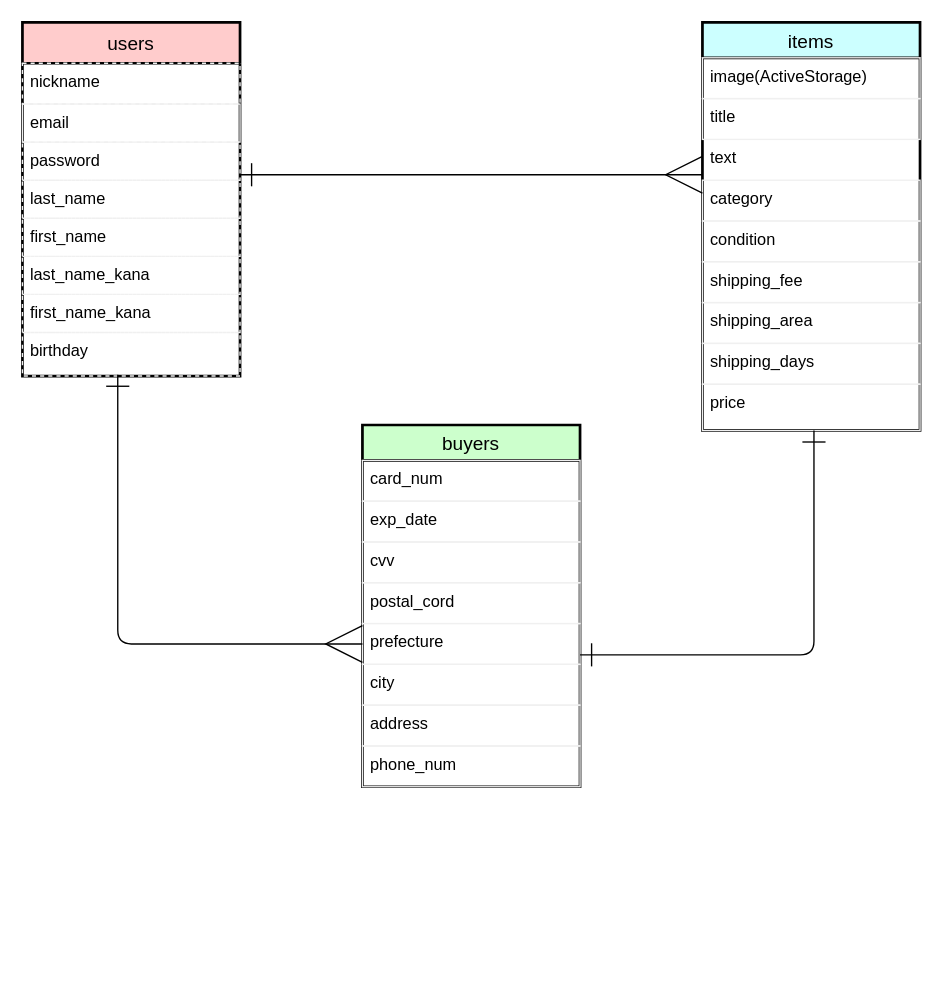
kou-kawam24/furima-30340 keeps this draw.io diagram as ER図.dio. Above is the earlier version. Source tidied: cells renumbered, new cells numbered last; positions are measured from the earlier drawing's top-left corner, leaving out a move shared by most shapes. Both pictures are drawn from the tidied source at 136%, with x=0, y=0 at pixel (22, 22).
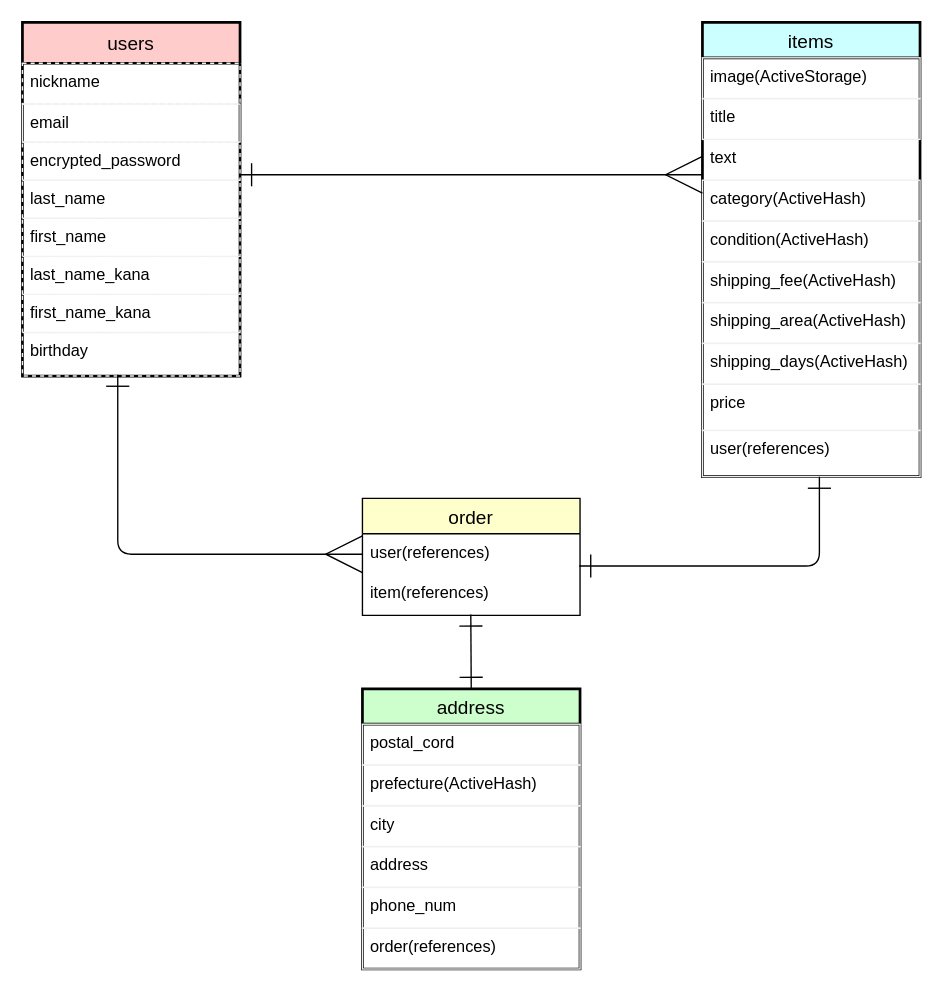
The same page after the edit.

Commit message (it also covers changes not shown here):
データベース設計の修正

Unchanged cells that the change refers to:
```xml
<mxCell id="2" value="users" style="swimlane;fontStyle=0;horizontal=1;startSize=30;align=center;fontSize=14;rotation=0;strokeWidth=2;fontColor=#000000;fillColor=#FFCCCC;" parent="1" vertex="1">
  <mxGeometry width="160" height="260" as="geometry" />
</mxCell>
<mxCell id="10" value="birthday" style="text;fillColor=none;spacingLeft=4;spacingRight=4;overflow=hidden;points=[[0,0.5],[1,0.5]];portConstraint=eastwest;fontSize=12;rotation=0;dashed=1;strokeColor=#f0f0f0;" parent="2" vertex="1">
  <mxGeometry y="228" width="160" height="32" as="geometry" />
</mxCell>
```

Diff of the diagram source:
```diff
@@
-    <mxCell id="5" value="password" style="text;fillColor=none;spacingLeft=4;spacingRight=4;overflow=hidden;fontSize=12;rotation=0;dashed=1;strokeColor=#f0f0f0;" parent="2" vertex="1">
+    <mxCell id="5" value="encrypted_password" style="text;fillColor=none;spacingLeft=4;spacingRight=4;overflow=hidden;fontSize=12;rotation=0;dashed=1;strokeColor=#f0f0f0;" parent="2" vertex="1">
       <mxGeometry y="88" width="160" height="28" as="geometry" />
     </mxCell>
@@
     <mxCell id="11" value="items" style="swimlane;fontStyle=0;horizontal=1;startSize=26;align=center;fontSize=14;strokeWidth=2;fillColor=#CCFFFF;fontColor=#000000;" parent="1" vertex="1">
-      <mxGeometry x="500" width="160" height="300" as="geometry" />
+      <mxGeometry x="500" width="160" height="334" as="geometry" />
     </mxCell>
@@
-    <mxCell id="15" value="category" style="text;fillColor=none;spacingLeft=4;spacingRight=4;overflow=hidden;fontSize=12;strokeColor=#f0f0f0;" parent="11" vertex="1">
+    <mxCell id="15" value="category(ActiveHash)" style="text;fillColor=none;spacingLeft=4;spacingRight=4;overflow=hidden;fontSize=12;strokeColor=#f0f0f0;" parent="11" vertex="1">
       <mxGeometry y="116" width="160" height="30" as="geometry" />
     </mxCell>
-    <mxCell id="16" value="condition" style="text;fillColor=none;spacingLeft=4;spacingRight=4;overflow=hidden;fontSize=12;strokeColor=#f0f0f0;" parent="11" vertex="1">
+    <mxCell id="16" value="condition(ActiveHash)" style="text;fillColor=none;spacingLeft=4;spacingRight=4;overflow=hidden;fontSize=12;strokeColor=#f0f0f0;" parent="11" vertex="1">
       <mxGeometry y="146" width="160" height="30" as="geometry" />
     </mxCell>
-    <mxCell id="17" value="shipping_fee" style="text;fillColor=none;spacingLeft=4;spacingRight=4;overflow=hidden;fontSize=12;strokeColor=#f0f0f0;" parent="11" vertex="1">
+    <mxCell id="17" value="shipping_fee(ActiveHash)" style="text;fillColor=none;spacingLeft=4;spacingRight=4;overflow=hidden;fontSize=12;strokeColor=#f0f0f0;" parent="11" vertex="1">
       <mxGeometry y="176" width="160" height="30" as="geometry" />
     </mxCell>
-    <mxCell id="18" value="shipping_area" style="text;fillColor=none;spacingLeft=4;spacingRight=4;overflow=hidden;fontSize=12;strokeColor=#f0f0f0;" parent="11" vertex="1">
+    <mxCell id="18" value="shipping_area(ActiveHash)" style="text;fillColor=none;spacingLeft=4;spacingRight=4;overflow=hidden;fontSize=12;strokeColor=#f0f0f0;" parent="11" vertex="1">
       <mxGeometry y="206" width="160" height="30" as="geometry" />
     </mxCell>
-    <mxCell id="19" value="shipping_days" style="text;fillColor=none;spacingLeft=4;spacingRight=4;overflow=hidden;fontSize=12;strokeColor=#f0f0f0;" parent="11" vertex="1">
+    <mxCell id="19" value="shipping_days(ActiveHash)" style="text;fillColor=none;spacingLeft=4;spacingRight=4;overflow=hidden;fontSize=12;strokeColor=#f0f0f0;" parent="11" vertex="1">
       <mxGeometry y="236" width="160" height="30" as="geometry" />
     </mxCell>
@@
+    <mxCell id="34" value="user(references)" style="text;fillColor=none;spacingLeft=4;spacingRight=4;overflow=hidden;points=[[0,0.5],[1,0.5]];portConstraint=eastwest;fontSize=12;strokeColor=#f0f0f0;" parent="11" vertex="1">
+      <mxGeometry y="300" width="160" height="34" as="geometry" />
+    </mxCell>
-    <mxCell id="21" value="buyers" style="swimlane;fontStyle=0;horizontal=1;startSize=26;align=center;fontSize=14;strokeWidth=2;fillColor=#CCFFCC;fontColor=#000000;" parent="1" vertex="1">
-      <mxGeometry x="250" y="296" width="160" height="266" as="geometry" />
+    <mxCell id="21" value="address" style="swimlane;fontStyle=0;horizontal=1;startSize=26;align=center;fontSize=14;strokeWidth=2;fillColor=#CCFFCC;fontColor=#000000;" parent="1" vertex="1">
+      <mxGeometry x="250" y="490" width="160" height="206" as="geometry" />
     </mxCell>
-    <mxCell id="22" value="card_num" style="text;fillColor=none;spacingLeft=4;spacingRight=4;overflow=hidden;fontSize=12;strokeColor=#f0f0f0;" parent="21" vertex="1">
-      <mxGeometry y="26" width="160" height="30" as="geometry" />
-    </mxCell>
-    <mxCell id="23" value="exp_date" style="text;fillColor=none;spacingLeft=4;spacingRight=4;overflow=hidden;fontSize=12;strokeColor=#f0f0f0;" parent="21" vertex="1">
-      <mxGeometry y="56" width="160" height="30" as="geometry" />
-    </mxCell>
-    <mxCell id="24" value="cvv" style="text;fillColor=none;spacingLeft=4;spacingRight=4;overflow=hidden;fontSize=12;strokeColor=#f0f0f0;" parent="21" vertex="1">
-      <mxGeometry y="86" width="160" height="30" as="geometry" />
-    </mxCell>
     <mxCell id="25" value="postal_cord" style="text;fillColor=none;spacingLeft=4;spacingRight=4;overflow=hidden;fontSize=12;strokeColor=#f0f0f0;" parent="21" vertex="1">
-      <mxGeometry y="116" width="160" height="30" as="geometry" />
+      <mxGeometry y="26" width="160" height="30" as="geometry" />
     </mxCell>
-    <mxCell id="26" value="prefecture" style="text;fillColor=none;spacingLeft=4;spacingRight=4;overflow=hidden;points=[[0,0.5],[1,0.5]];portConstraint=eastwest;fontSize=12;strokeColor=#f0f0f0;" parent="21" vertex="1">
-      <mxGeometry y="146" width="160" height="30" as="geometry" />
+    <mxCell id="26" value="prefecture(ActiveHash)" style="text;fillColor=none;spacingLeft=4;spacingRight=4;overflow=hidden;points=[[0,0.5],[1,0.5]];portConstraint=eastwest;fontSize=12;strokeColor=#f0f0f0;" parent="21" vertex="1">
+      <mxGeometry y="56" width="160" height="30" as="geometry" />
     </mxCell>
     <mxCell id="27" value="city" style="text;fillColor=none;spacingLeft=4;spacingRight=4;overflow=hidden;points=[[0,0.5],[1,0.5]];portConstraint=eastwest;fontSize=12;strokeColor=#f0f0f0;" parent="21" vertex="1">
-      <mxGeometry y="176" width="160" height="30" as="geometry" />
+      <mxGeometry y="86" width="160" height="30" as="geometry" />
     </mxCell>
     <mxCell id="28" value="address" style="text;fillColor=none;spacingLeft=4;spacingRight=4;overflow=hidden;fontSize=12;strokeColor=#f0f0f0;" parent="21" vertex="1">
-      <mxGeometry y="206" width="160" height="30" as="geometry" />
+      <mxGeometry y="116" width="160" height="30" as="geometry" />
     </mxCell>
+    <mxCell id="35" value="phone_num" style="text;fillColor=none;spacingLeft=4;spacingRight=4;overflow=hidden;fontSize=12;strokeColor=#f0f0f0;" parent="21" vertex="1">
+      <mxGeometry y="146" width="160" height="30" as="geometry" />
+    </mxCell>
-    <mxCell id="29" value="phone_num" style="text;fillColor=none;spacingLeft=4;spacingRight=4;overflow=hidden;fontSize=12;strokeColor=#f0f0f0;" parent="21" vertex="1">
-      <mxGeometry y="236" width="160" height="30" as="geometry" />
+    <mxCell id="29" value="order(references)" style="text;fillColor=none;spacingLeft=4;spacingRight=4;overflow=hidden;fontSize=12;strokeColor=#f0f0f0;" parent="21" vertex="1">
+      <mxGeometry y="176" width="160" height="30" as="geometry" />
     </mxCell>
@@
-    <mxCell id="32" style="edgeStyle=orthogonalEdgeStyle;fontSize=12;html=1;endArrow=ERone;endFill=1;startArrow=ERone;startFill=0;endSize=15;startSize=15;" parent="1" edge="1">
-      <mxGeometry relative="1" as="geometry">
-        <mxPoint x="410" y="465" as="sourcePoint" />
-        <mxPoint x="582" y="300" as="targetPoint" />
-        <Array as="points">
-          <mxPoint x="582" y="465" />
-        </Array>
-      </mxGeometry>
-    </mxCell>
-    <mxCell id="33" style="edgeStyle=orthogonalEdgeStyle;fontSize=12;html=1;endArrow=ERmany;endFill=0;entryX=0;entryY=0.5;entryDx=0;entryDy=0;exitX=0.438;exitY=0.969;exitDx=0;exitDy=0;exitPerimeter=0;startArrow=ERone;startFill=0;startSize=15;endSize=25;" parent="1" edge="1" source="10" target="26">
+    <mxCell id="33" style="edgeStyle=orthogonalEdgeStyle;fontSize=12;html=1;endArrow=ERmany;endFill=0;exitX=0.438;exitY=0.969;exitDx=0;exitDy=0;exitPerimeter=0;startArrow=ERone;startFill=0;startSize=15;endSize=25;entryX=0;entryY=0.5;entryDx=0;entryDy=0;" parent="1" edge="1" source="10" target="37">
       <mxGeometry relative="1" as="geometry">
         <Array as="points">
-          <mxPoint x="70" y="457" />
+          <mxPoint x="70" y="391" />
         </Array>
       </mxGeometry>
     </mxCell>
+    <mxCell id="36" value="order" style="swimlane;fontStyle=0;horizontal=1;startSize=26;align=center;fontSize=14;fillColor=#FFFFCC;fontColor=#000000;" parent="1" vertex="1">
+      <mxGeometry x="250" y="350" width="160" height="86" as="geometry" />
+    </mxCell>
+    <mxCell id="37" value="user(references)" style="text;strokeColor=none;fillColor=none;spacingLeft=4;spacingRight=4;overflow=hidden;points=[[0,0.5],[1,0.5]];portConstraint=eastwest;fontSize=12;" parent="36" vertex="1">
+      <mxGeometry y="26" width="160" height="30" as="geometry" />
+    </mxCell>
+    <mxCell id="38" value="item(references)" style="text;strokeColor=none;fillColor=none;spacingLeft=4;spacingRight=4;overflow=hidden;points=[[0,0.5],[1,0.5]];portConstraint=eastwest;fontSize=12;" parent="36" vertex="1">
+      <mxGeometry y="56" width="160" height="30" as="geometry" />
+    </mxCell>
+    <mxCell id="39" style="edgeStyle=orthogonalEdgeStyle;fontSize=12;html=1;endArrow=ERone;endFill=1;startArrow=ERone;startFill=0;endSize=15;startSize=15;exitX=0.996;exitY=0.789;exitDx=0;exitDy=0;exitPerimeter=0;" parent="1" edge="1" source="37" target="34">
+      <mxGeometry relative="1" as="geometry">
+        <Array as="points">
+          <mxPoint x="586" y="400" />
+        </Array>
+      </mxGeometry>
+    </mxCell>
+    <mxCell id="40" style="fontSize=12;html=1;endArrow=ERone;endFill=1;entryX=0.498;entryY=0.978;entryDx=0;entryDy=0;entryPerimeter=0;startArrow=ERone;startFill=0;endSize=15;startSize=15;exitX=0.5;exitY=0;exitDx=0;exitDy=0;" parent="1" edge="1" source="21" target="38">
+      <mxGeometry relative="1" as="geometry" />
+    </mxCell>
```
